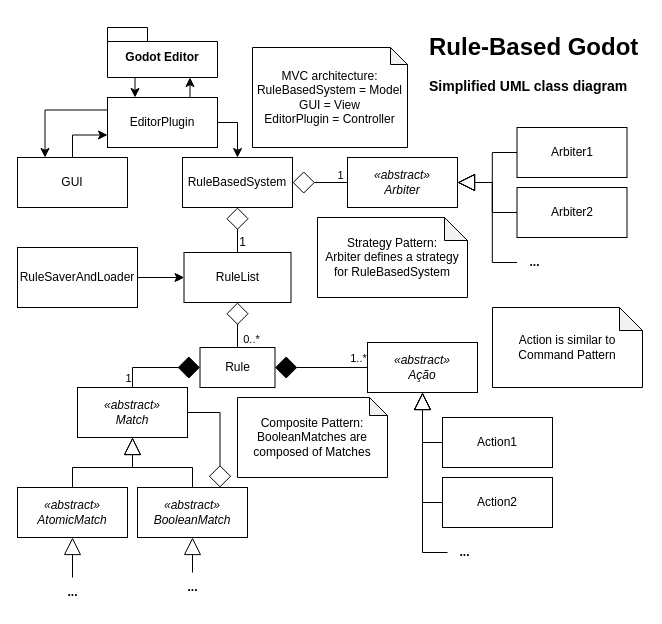
The draw.io diagram page "UML_Classes_Planned" (1 of 9) of diagrams/RuleBasedGodot_Diagrams.drawio in rvbatt/rule-based-godot, before the edit. Source tidied: cells renumbered, new cells numbered last; positions are measured from the earlier drawing's top-left corner, leaving out a move shared by most shapes. Both pictures are drawn from the tidied source at 100%, with x=0, y=0 at pixel (17, 27).
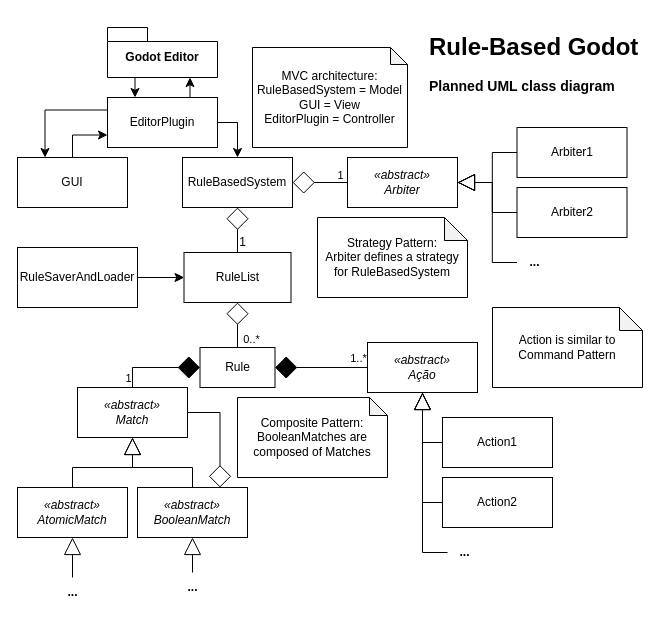
After the change.

Commit message (it also covers changes not shown here):
Finish the Complete UML class diagram

The edit, as a diff of the source:
```diff
@@
-    <mxCell id="56" value="&lt;h1&gt;Rule-Based Godot&lt;/h1&gt;&lt;p&gt;&lt;b&gt;&lt;font style=&quot;font-size: 14px;&quot;&gt;Simplified UML class diagram&lt;/font&gt;&lt;/b&gt;&lt;/p&gt;" style="text;html=1;strokeColor=none;fillColor=none;spacing=5;spacingTop=-20;whiteSpace=wrap;overflow=hidden;rounded=0;" parent="1" vertex="1">
+    <mxCell id="56" value="&lt;h1&gt;Rule-Based Godot&lt;/h1&gt;&lt;p&gt;&lt;b&gt;&lt;font style=&quot;font-size: 14px;&quot;&gt;Planned UML class diagram&lt;/font&gt;&lt;/b&gt;&lt;/p&gt;" style="text;html=1;strokeColor=none;fillColor=none;spacing=5;spacingTop=-20;whiteSpace=wrap;overflow=hidden;rounded=0;" parent="1" vertex="1">
       <mxGeometry x="407" width="220" height="70" as="geometry" />
     </mxCell>
```
